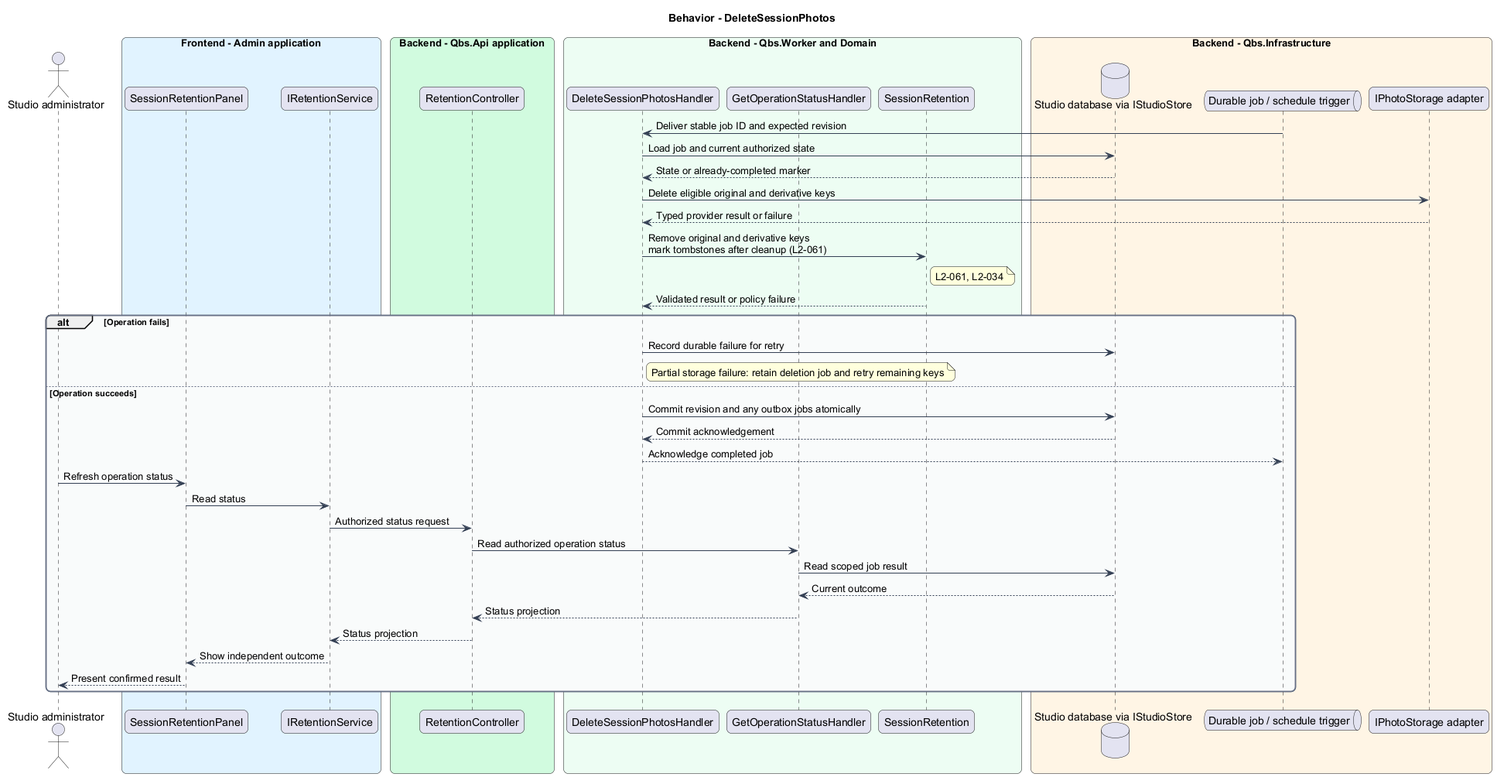
This is docs/detailed-designs/session-photos/manage-photo-retention/diagrams/sequence-delete-session-photos.png from QuinntyneBrown/quinntyne-brown-studio, a PlantUML export, as it was before one commit.
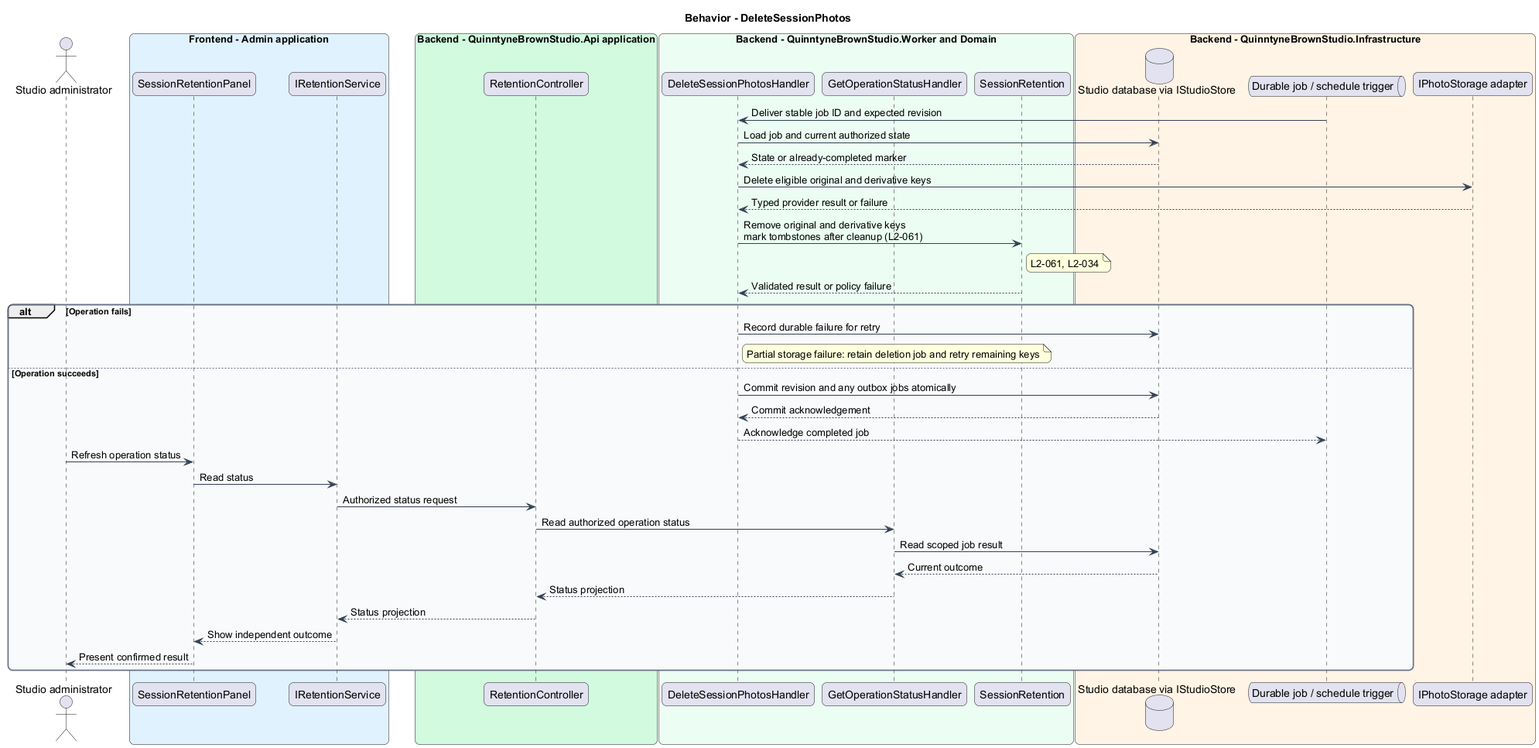
After the commit.

The edit, as a diff of the source:
```diff
@@ -19,15 +19,15 @@
  participant "SessionRetentionPanel" as page
  participant "IRetentionService" as client
 end box
-box "Backend - Qbs.Api application" #D1FADF
+box "Backend - QuinntyneBrownStudio.Api application" #D1FADF
  participant "RetentionController" as controller
 end box
-box "Backend - Qbs.Worker and Domain" #ECFDF3
+box "Backend - QuinntyneBrownStudio.Worker and Domain" #ECFDF3
  participant "DeleteSessionPhotosHandler" as handler
  participant "GetOperationStatusHandler" as status
  participant "SessionRetention" as entity
 end box
-box "Backend - Qbs.Infrastructure" #FFF4E5
+box "Backend - QuinntyneBrownStudio.Infrastructure" #FFF4E5
  database "Studio database via IStudioStore" as db
  queue "Durable job / schedule trigger" as queue
  participant "IPhotoStorage adapter" as ext
```
